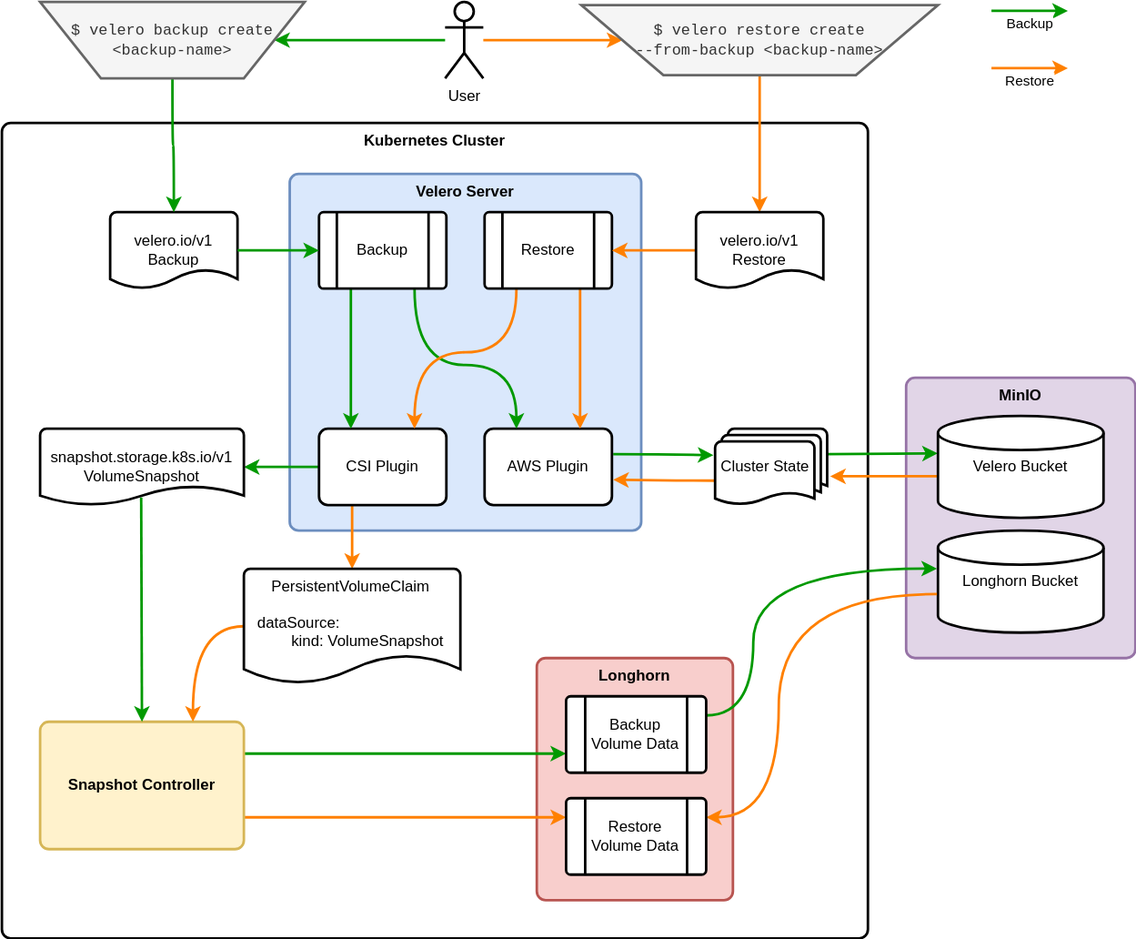
Before: figures/Velero Longhorn Backups.drawio.svg, a diagram exported from draw.io (cloudogu/velero-longhorn-demo). Source tidied: cells renumbered, new cells last; positions are measured from the earlier drawing's top-left corner, leaving out a move shared by most shapes.
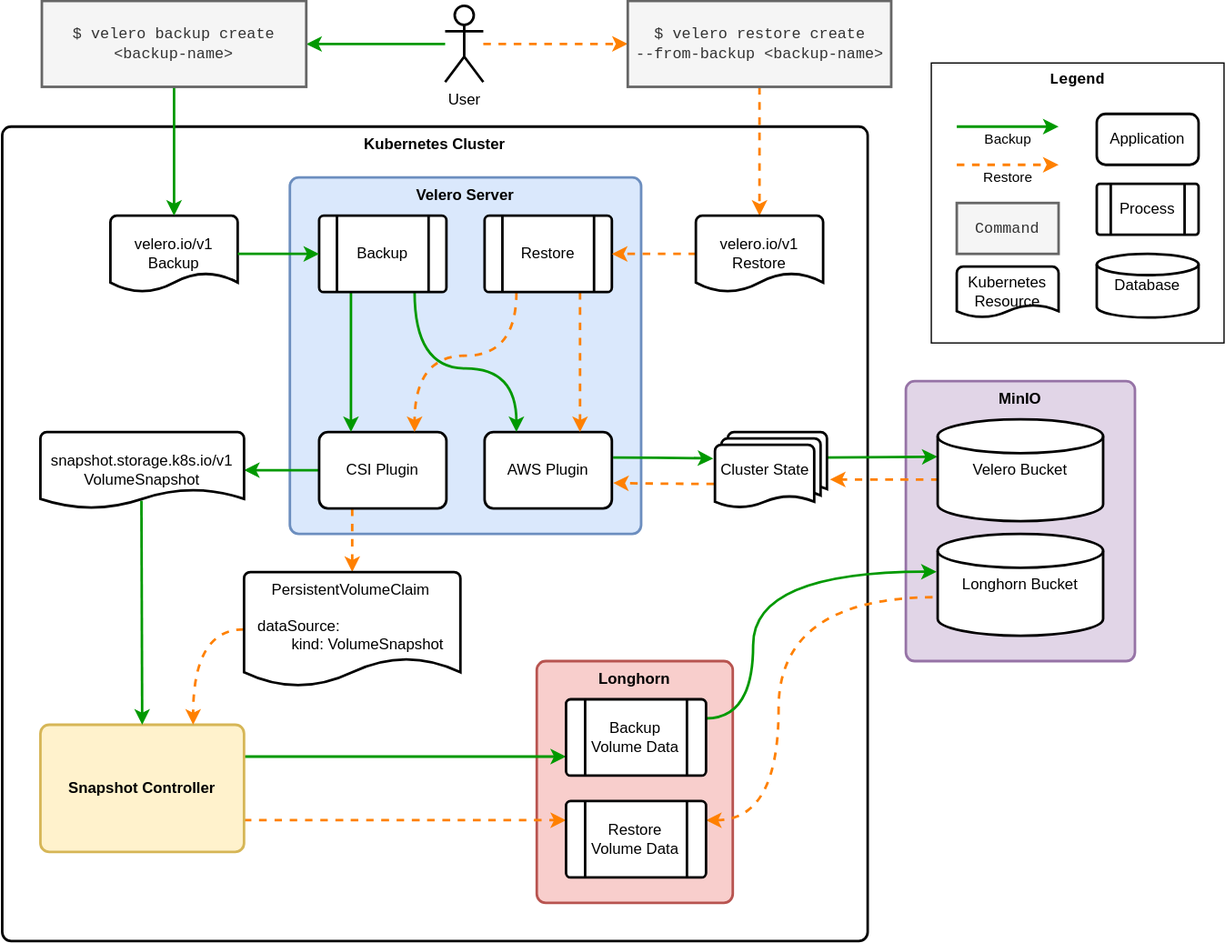
Above is the later version.

Commit message:
Fine-tuning

- Korrekturen
- Aktive Formulierungen
- Fazit

What changed in the source:
```diff
@@ -2,6 +2,9 @@
   <root>
     <mxCell id="0" />
     <mxCell id="1" parent="0" />
+    <mxCell id="47" value="&lt;b&gt;Legend&lt;/b&gt;" style="rounded=0;whiteSpace=wrap;html=1;fontFamily=Courier New;labelPosition=center;verticalLabelPosition=middle;align=center;verticalAlign=top;" parent="1" vertex="1">
+      <mxGeometry x="730" y="45" width="230" height="220" as="geometry" />
+    </mxCell>
     <mxCell id="2" value="&lt;b&gt;Kubernetes Cluster&lt;/b&gt;" style="rounded=1;whiteSpace=wrap;html=1;absoluteArcSize=1;arcSize=14;strokeWidth=2;verticalAlign=top;fillStyle=solid;fillColor=#FFFFFF;" parent="1" vertex="1">
       <mxGeometry y="95" width="680" height="640" as="geometry" />
     </mxCell>
@@ -14,10 +17,10 @@
     <mxCell id="5" value="Longhorn Bucket" style="strokeWidth=2;html=1;shape=mxgraph.flowchart.database;whiteSpace=wrap;fillStyle=solid;fillColor=#FFFFFF;" parent="1" vertex="1">
       <mxGeometry x="735" y="415" width="130" height="80" as="geometry" />
     </mxCell>
-    <mxCell id="6" style="edgeStyle=orthogonalEdgeStyle;curved=1;rounded=0;jettySize=auto;html=1;entryX=1;entryY=0.5;entryDx=0;entryDy=0;strokeWidth=2;strokeColor=#009900;" parent="1" edge="1" source="8" target="10">
+    <mxCell id="6" style="edgeStyle=orthogonalEdgeStyle;curved=1;rounded=0;jettySize=auto;html=1;strokeWidth=2;strokeColor=#009900;" parent="1" edge="1" source="8" target="10">
       <mxGeometry relative="1" as="geometry" />
     </mxCell>
-    <mxCell id="7" style="edgeStyle=orthogonalEdgeStyle;curved=1;rounded=0;jettySize=auto;html=1;entryX=0;entryY=0.5;entryDx=0;entryDy=0;strokeWidth=2;strokeColor=#FF8000;" parent="1" edge="1" source="8" target="31">
+    <mxCell id="7" style="edgeStyle=orthogonalEdgeStyle;curved=1;rounded=0;jettySize=auto;html=1;entryX=0;entryY=0.5;entryDx=0;entryDy=0;strokeWidth=2;strokeColor=#FF8000;dashed=1;" parent="1" edge="1" source="8" target="31">
       <mxGeometry relative="1" as="geometry" />
     </mxCell>
     <mxCell id="8" value="User" style="shape=umlActor;verticalLabelPosition=bottom;verticalAlign=top;html=1;outlineConnect=0;strokeWidth=2;" parent="1" vertex="1">
@@ -26,9 +29,6 @@
     <mxCell id="9" style="edgeStyle=orthogonalEdgeStyle;curved=1;rounded=0;jettySize=auto;html=1;strokeWidth=2;strokeColor=#009900;" parent="1" edge="1" source="10" target="4">
       <mxGeometry relative="1" as="geometry" />
     </mxCell>
-    <mxCell id="10" value="&lt;font face=&quot;Courier New&quot;&gt;$ velero backup create &amp;lt;backup-name&amp;gt;&lt;/font&gt;" style="verticalLabelPosition=middle;verticalAlign=middle;html=1;shape=trapezoid;perimeter=trapezoidPerimeter;whiteSpace=wrap;size=0.23;arcSize=10;flipV=1;labelPosition=center;align=center;strokeWidth=2;fillColor=#f5f5f5;fontColor=#333333;strokeColor=#666666;" parent="1" vertex="1">
-      <mxGeometry x="30" width="207.8" height="60" as="geometry" />
-    </mxCell>
     <mxCell id="11" value="&lt;b&gt;Velero Server&lt;/b&gt;" style="rounded=1;whiteSpace=wrap;html=1;absoluteArcSize=1;arcSize=14;strokeWidth=2;spacing=2;spacingTop=0;labelPosition=center;verticalLabelPosition=middle;align=center;verticalAlign=top;spacingLeft=0;fillColor=#dae8fc;strokeColor=#6c8ebf;" parent="1" vertex="1">
       <mxGeometry x="226" y="135" width="276" height="280" as="geometry" />
     </mxCell>
@@ -38,7 +38,7 @@
     <mxCell id="13" style="edgeStyle=orthogonalEdgeStyle;curved=1;rounded=0;jettySize=auto;html=1;strokeWidth=2;strokeColor=#009900;" parent="1" edge="1" source="15" target="38">
       <mxGeometry relative="1" as="geometry" />
     </mxCell>
-    <mxCell id="14" style="edgeStyle=elbowEdgeStyle;rounded=0;jettySize=auto;elbow=vertical;html=1;strokeWidth=2;entryX=0.5;entryY=0;entryDx=0;entryDy=0;entryPerimeter=0;strokeColor=#FF8000;" parent="1" edge="1" target="42">
+    <mxCell id="14" style="edgeStyle=elbowEdgeStyle;rounded=0;jettySize=auto;elbow=vertical;html=1;strokeWidth=2;entryX=0.5;entryY=0;entryDx=0;entryDy=0;entryPerimeter=0;strokeColor=#FF8000;dashed=1;" parent="1" edge="1" target="42">
       <mxGeometry relative="1" as="geometry">
         <mxPoint x="275" y="395" as="sourcePoint" />
       </mxGeometry>
@@ -68,10 +68,10 @@
     <mxCell id="20" value="Backup" style="verticalLabelPosition=middle;verticalAlign=middle;html=1;shape=process;whiteSpace=wrap;rounded=1;size=0.14;arcSize=6;strokeWidth=2;gradientColor=none;labelPosition=center;align=center;fillStyle=solid;fillColor=#FFFFFF;" parent="1" vertex="1">
       <mxGeometry x="249" y="165" width="100" height="60" as="geometry" />
     </mxCell>
-    <mxCell id="21" style="edgeStyle=orthogonalEdgeStyle;curved=1;rounded=0;jettySize=auto;html=1;exitX=0.75;exitY=1;exitDx=0;exitDy=0;entryX=0.75;entryY=0;entryDx=0;entryDy=0;strokeWidth=2;strokeColor=#FF8000;" parent="1" edge="1" source="23" target="17">
+    <mxCell id="21" style="edgeStyle=orthogonalEdgeStyle;curved=1;rounded=0;jettySize=auto;html=1;exitX=0.75;exitY=1;exitDx=0;exitDy=0;entryX=0.75;entryY=0;entryDx=0;entryDy=0;strokeWidth=2;strokeColor=#FF8000;dashed=1;" parent="1" edge="1" source="23" target="17">
       <mxGeometry relative="1" as="geometry" />
     </mxCell>
-    <mxCell id="22" style="edgeStyle=orthogonalEdgeStyle;curved=1;rounded=0;jettySize=auto;html=1;exitX=0.25;exitY=1;exitDx=0;exitDy=0;entryX=0.75;entryY=0;entryDx=0;entryDy=0;strokeWidth=2;strokeColor=#FF8000;" parent="1" edge="1" source="23" target="15">
+    <mxCell id="22" style="edgeStyle=orthogonalEdgeStyle;curved=1;rounded=0;jettySize=auto;html=1;exitX=0.25;exitY=1;exitDx=0;exitDy=0;entryX=0.75;entryY=0;entryDx=0;entryDy=0;strokeWidth=2;strokeColor=#FF8000;dashed=1;" parent="1" edge="1" source="23" target="15">
       <mxGeometry relative="1" as="geometry">
         <Array as="points">
           <mxPoint x="404" y="275" />
@@ -82,7 +82,7 @@
     <mxCell id="23" value="Restore" style="verticalLabelPosition=middle;verticalAlign=middle;html=1;shape=process;whiteSpace=wrap;rounded=1;size=0.14;arcSize=6;strokeWidth=2;gradientColor=none;labelPosition=center;align=center;fillStyle=solid;fillColor=#FFFFFF;" parent="1" vertex="1">
       <mxGeometry x="379" y="165" width="100" height="60" as="geometry" />
     </mxCell>
-    <mxCell id="24" style="edgeStyle=orthogonalEdgeStyle;curved=1;rounded=0;jettySize=auto;html=1;strokeWidth=2;exitX=-0.007;exitY=0.679;exitDx=0;exitDy=0;exitPerimeter=0;strokeColor=#FF8000;" parent="1" edge="1" source="26">
+    <mxCell id="24" style="edgeStyle=orthogonalEdgeStyle;curved=1;rounded=0;jettySize=auto;html=1;strokeWidth=2;exitX=-0.007;exitY=0.679;exitDx=0;exitDy=0;exitPerimeter=0;strokeColor=#FF8000;dashed=1;" parent="1" edge="1" source="26">
       <mxGeometry relative="1" as="geometry">
         <mxPoint x="480" y="375" as="targetPoint" />
       </mxGeometry>
@@ -95,7 +95,7 @@
     <mxCell id="26" value="Cluster State" style="strokeWidth=2;html=1;shape=mxgraph.flowchart.multi-document;whiteSpace=wrap;gradientColor=none;align=center;spacingRight=9;fillStyle=solid;fillColor=#FFFFFF;" parent="1" vertex="1">
       <mxGeometry x="560" y="335" width="88" height="60" as="geometry" />
     </mxCell>
-    <mxCell id="27" style="edgeStyle=orthogonalEdgeStyle;curved=1;rounded=0;jettySize=auto;html=1;exitX=0.005;exitY=0.591;exitDx=0;exitDy=0;exitPerimeter=0;entryX=1.027;entryY=0.622;entryDx=0;entryDy=0;entryPerimeter=0;strokeWidth=2;strokeColor=#FF8000;" parent="1" edge="1" source="28" target="26">
+    <mxCell id="27" style="edgeStyle=orthogonalEdgeStyle;curved=1;rounded=0;jettySize=auto;html=1;exitX=0.005;exitY=0.591;exitDx=0;exitDy=0;exitPerimeter=0;entryX=1.027;entryY=0.622;entryDx=0;entryDy=0;entryPerimeter=0;strokeWidth=2;strokeColor=#FF8000;dashed=1;" parent="1" edge="1" source="28" target="26">
       <mxGeometry relative="1" as="geometry" />
     </mxCell>
     <mxCell id="28" value="Velero Bucket" style="strokeWidth=2;html=1;shape=mxgraph.flowchart.database;whiteSpace=wrap;fillStyle=solid;fillColor=#FFFFFF;" parent="1" vertex="1">
@@ -104,13 +104,10 @@
     <mxCell id="29" style="edgeStyle=orthogonalEdgeStyle;curved=1;rounded=0;jettySize=auto;html=1;entryX=0;entryY=0.5;entryDx=0;entryDy=0;strokeWidth=2;strokeColor=#009900;" parent="1" edge="1" source="4" target="20">
       <mxGeometry relative="1" as="geometry" />
     </mxCell>
-    <mxCell id="30" style="edgeStyle=orthogonalEdgeStyle;curved=1;rounded=0;jettySize=auto;html=1;strokeWidth=2;strokeColor=#FF8000;" parent="1" edge="1" source="31" target="33">
+    <mxCell id="30" style="edgeStyle=orthogonalEdgeStyle;curved=1;rounded=0;jettySize=auto;html=1;strokeWidth=2;strokeColor=#FF8000;exitX=0.5;exitY=1;exitDx=0;exitDy=0;dashed=1;" parent="1" edge="1" source="31" target="33">
       <mxGeometry relative="1" as="geometry" />
     </mxCell>
-    <mxCell id="31" value="&lt;div&gt;&lt;font face=&quot;Courier New&quot;&gt;$ velero restore create&lt;/font&gt;&lt;/div&gt;&lt;div&gt;&lt;font face=&quot;Courier New&quot;&gt;--from-backup &amp;lt;backup-name&amp;gt;&lt;/font&gt;&lt;/div&gt;" style="verticalLabelPosition=middle;verticalAlign=middle;html=1;shape=trapezoid;perimeter=trapezoidPerimeter;whiteSpace=wrap;size=0.23;arcSize=10;flipV=1;labelPosition=center;align=center;strokeWidth=2;fillColor=#f5f5f5;fontColor=#333333;strokeColor=#666666;" parent="1" vertex="1">
-      <mxGeometry x="455" y="2.5" width="280" height="55" as="geometry" />
-    </mxCell>
-    <mxCell id="32" style="edgeStyle=orthogonalEdgeStyle;curved=1;rounded=0;jettySize=auto;html=1;exitX=0;exitY=0.5;exitDx=0;exitDy=0;exitPerimeter=0;entryX=1;entryY=0.5;entryDx=0;entryDy=0;strokeWidth=2;strokeColor=#FF8000;" parent="1" edge="1" source="33" target="23">
+    <mxCell id="32" style="edgeStyle=orthogonalEdgeStyle;curved=1;rounded=0;jettySize=auto;html=1;exitX=0;exitY=0.5;exitDx=0;exitDy=0;exitPerimeter=0;entryX=1;entryY=0.5;entryDx=0;entryDy=0;strokeWidth=2;strokeColor=#FF8000;dashed=1;" parent="1" edge="1" source="33" target="23">
       <mxGeometry relative="1" as="geometry" />
     </mxCell>
     <mxCell id="33" value="&lt;div&gt;velero.io/v1&lt;/div&gt;&lt;div&gt;Restore&lt;/div&gt;" style="strokeWidth=2;html=1;shape=mxgraph.flowchart.document2;whiteSpace=wrap;size=0.25;fillStyle=solid;fillColor=#FFFFFF;" parent="1" vertex="1">
@@ -119,7 +116,7 @@
     <mxCell id="34" style="edgeStyle=orthogonalEdgeStyle;curved=1;rounded=0;jettySize=auto;html=1;exitX=1;exitY=0.25;exitDx=0;exitDy=0;entryX=0;entryY=0.75;entryDx=0;entryDy=0;strokeWidth=2;startArrow=none;startFill=0;endArrow=classic;endFill=1;elbow=vertical;strokeColor=#009900;" parent="1" edge="1" source="36" target="40">
       <mxGeometry relative="1" as="geometry" />
     </mxCell>
-    <mxCell id="35" style="edgeStyle=orthogonalEdgeStyle;curved=1;rounded=0;jettySize=auto;html=1;exitX=1;exitY=0.75;exitDx=0;exitDy=0;entryX=0;entryY=0.25;entryDx=0;entryDy=0;strokeWidth=2;startArrow=none;startFill=0;endArrow=classic;endFill=1;elbow=vertical;strokeColor=#FF8000;" parent="1" edge="1" source="36" target="44">
+    <mxCell id="35" style="edgeStyle=orthogonalEdgeStyle;curved=1;rounded=0;jettySize=auto;html=1;exitX=1;exitY=0.75;exitDx=0;exitDy=0;entryX=0;entryY=0.25;entryDx=0;entryDy=0;strokeWidth=2;startArrow=none;startFill=0;endArrow=classic;endFill=1;elbow=vertical;strokeColor=#FF8000;dashed=1;" parent="1" edge="1" source="36" target="44">
       <mxGeometry relative="1" as="geometry" />
     </mxCell>
     <mxCell id="36" value="&lt;b&gt;Snapshot Controller&lt;/b&gt;" style="rounded=1;whiteSpace=wrap;html=1;absoluteArcSize=1;arcSize=14;strokeWidth=2;fillColor=#fff2cc;strokeColor=#d6b656;" parent="1" vertex="1">
@@ -142,13 +139,13 @@
     <mxCell id="40" value="Backup Volume Data" style="verticalLabelPosition=middle;verticalAlign=middle;html=1;shape=process;whiteSpace=wrap;rounded=1;size=0.14;arcSize=6;strokeWidth=2;gradientColor=none;labelPosition=center;align=center;fillStyle=solid;fillColor=#FFFFFF;" parent="1" vertex="1">
       <mxGeometry x="443" y="545" width="110" height="60" as="geometry" />
     </mxCell>
-    <mxCell id="41" style="edgeStyle=orthogonalEdgeStyle;curved=1;rounded=0;jettySize=auto;html=1;entryX=0.75;entryY=0;entryDx=0;entryDy=0;strokeWidth=2;startArrow=none;startFill=0;endArrow=classic;endFill=1;elbow=vertical;exitX=0;exitY=0.5;exitDx=0;exitDy=0;exitPerimeter=0;strokeColor=#FF8000;" parent="1" edge="1" source="42" target="36">
+    <mxCell id="41" style="edgeStyle=orthogonalEdgeStyle;curved=1;rounded=0;jettySize=auto;html=1;entryX=0.75;entryY=0;entryDx=0;entryDy=0;strokeWidth=2;startArrow=none;startFill=0;endArrow=classic;endFill=1;elbow=vertical;exitX=0;exitY=0.5;exitDx=0;exitDy=0;exitPerimeter=0;strokeColor=#FF8000;dashed=1;" parent="1" edge="1" source="42" target="36">
       <mxGeometry relative="1" as="geometry" />
     </mxCell>
     <mxCell id="42" value="&lt;div align=&quot;center&quot;&gt;PersistentVolumeClaim&lt;/div&gt;&lt;div&gt;&lt;br&gt;&lt;/div&gt;&lt;div&gt;dataSource:&lt;/div&gt;&lt;div&gt;&lt;span style=&quot;white-space: pre;&quot;&gt;&#9;&lt;/span&gt;kind: VolumeSnapshot&lt;/div&gt;" style="strokeWidth=2;html=1;shape=mxgraph.flowchart.document2;whiteSpace=wrap;size=0.25;align=left;verticalAlign=top;spacingLeft=9;fillStyle=solid;fillColor=#FFFFFF;" parent="1" vertex="1">
       <mxGeometry x="190" y="445" width="170" height="90" as="geometry" />
     </mxCell>
-    <mxCell id="43" style="edgeStyle=orthogonalEdgeStyle;curved=1;rounded=0;jettySize=auto;html=1;entryX=-0.006;entryY=0.622;entryDx=0;entryDy=0;entryPerimeter=0;strokeWidth=2;elbow=vertical;startArrow=classic;startFill=1;endArrow=none;endFill=0;exitX=1;exitY=0.25;exitDx=0;exitDy=0;strokeColor=#FF8000;" parent="1" edge="1" source="44" target="5">
+    <mxCell id="43" style="edgeStyle=orthogonalEdgeStyle;curved=1;rounded=0;jettySize=auto;html=1;entryX=-0.006;entryY=0.622;entryDx=0;entryDy=0;entryPerimeter=0;strokeWidth=2;elbow=vertical;startArrow=classic;startFill=1;endArrow=none;endFill=0;exitX=1;exitY=0.25;exitDx=0;exitDy=0;strokeColor=#FF8000;dashed=1;" parent="1" edge="1" source="44" target="5">
       <mxGeometry relative="1" as="geometry">
         <Array as="points">
           <mxPoint x="610" y="640" />
@@ -159,17 +156,38 @@
     <mxCell id="44" value="Restore Volume Data" style="verticalLabelPosition=middle;verticalAlign=middle;html=1;shape=process;whiteSpace=wrap;rounded=1;size=0.14;arcSize=6;strokeWidth=2;gradientColor=none;labelPosition=center;align=center;fillStyle=solid;fillColor=#FFFFFF;" parent="1" vertex="1">
       <mxGeometry x="443" y="625" width="110" height="60" as="geometry" />
     </mxCell>
-    <mxCell id="45" value="&lt;div&gt;Restore&lt;/div&gt;" style="endArrow=classic;html=1;rounded=0;strokeColor=#FF8000;strokeWidth=2;" parent="1" edge="1">
+    <mxCell id="45" value="&lt;div&gt;Restore&lt;/div&gt;" style="endArrow=classic;html=1;rounded=0;strokeColor=#FF8000;strokeWidth=2;dashed=1;" parent="1" edge="1">
       <mxGeometry y="-10" relative="1" as="geometry">
-        <mxPoint x="777" y="52" as="sourcePoint" />
-        <mxPoint x="837" y="52" as="targetPoint" />
+        <mxPoint x="750" y="125" as="sourcePoint" />
+        <mxPoint x="830" y="125" as="targetPoint" />
       </mxGeometry>
     </mxCell>
     <mxCell id="46" value="Backup" style="endArrow=classic;html=1;rounded=0;strokeColor=#009900;strokeWidth=2;" parent="1" edge="1">
       <mxGeometry y="-10" relative="1" as="geometry">
-        <mxPoint x="777" y="7" as="sourcePoint" />
-        <mxPoint x="837" y="7" as="targetPoint" />
+        <mxPoint x="750" y="95" as="sourcePoint" />
+        <mxPoint x="830" y="95" as="targetPoint" />
       </mxGeometry>
     </mxCell>
+    <mxCell id="10" value="&lt;font face=&quot;Courier New&quot;&gt;$ velero backup create &amp;lt;backup-name&amp;gt;&lt;/font&gt;" style="verticalLabelPosition=middle;verticalAlign=middle;html=1;shape=rectangle;whiteSpace=wrap;size=0.23;arcSize=10;flipV=1;labelPosition=center;align=center;strokeWidth=2;fillColor=#f5f5f5;fontColor=#333333;strokeColor=#666666;" parent="1" vertex="1">
+      <mxGeometry x="31.1" y="-3.8" width="207.8" height="67.5" as="geometry" />
+    </mxCell>
+    <mxCell id="31" value="&lt;div&gt;&lt;font face=&quot;Courier New&quot;&gt;$ velero restore create&lt;/font&gt;&lt;/div&gt;&lt;div&gt;&lt;font face=&quot;Courier New&quot;&gt;--from-backup &amp;lt;backup-name&amp;gt;&lt;/font&gt;&lt;/div&gt;" style="verticalLabelPosition=middle;verticalAlign=middle;html=1;shape=rectangle;whiteSpace=wrap;size=0.23;arcSize=10;flipV=1;labelPosition=center;align=center;strokeWidth=2;fillColor=#f5f5f5;fontColor=#333333;strokeColor=#666666;" parent="1" vertex="1">
+      <mxGeometry x="491.5" y="-3.8" width="207" height="67.5" as="geometry" />
+    </mxCell>
+    <mxCell id="48" value="Kubernetes Resource" style="strokeWidth=2;html=1;shape=mxgraph.flowchart.document2;whiteSpace=wrap;size=0.25;" parent="1" vertex="1">
+      <mxGeometry x="750" y="205" width="80" height="40" as="geometry" />
+    </mxCell>
+    <mxCell id="49" value="&lt;font face=&quot;Courier New&quot;&gt;Command&lt;/font&gt;" style="verticalLabelPosition=middle;verticalAlign=middle;html=1;shape=rectangle;whiteSpace=wrap;size=0.23;arcSize=10;flipV=1;labelPosition=center;align=center;strokeWidth=2;fillColor=#f5f5f5;fontColor=#333333;strokeColor=#666666;" parent="1" vertex="1">
+      <mxGeometry x="750" y="155" width="80" height="40" as="geometry" />
+    </mxCell>
+    <mxCell id="50" value="Process" style="verticalLabelPosition=middle;verticalAlign=middle;html=1;shape=process;whiteSpace=wrap;rounded=1;size=0.14;arcSize=6;strokeWidth=2;gradientColor=none;labelPosition=center;align=center;fillStyle=solid;fillColor=#FFFFFF;" parent="1" vertex="1">
+      <mxGeometry x="860" y="140" width="80" height="40" as="geometry" />
+    </mxCell>
+    <mxCell id="51" value="Application" style="rounded=1;whiteSpace=wrap;html=1;absoluteArcSize=1;arcSize=14;strokeWidth=2;gradientColor=none;fillStyle=solid;fillColor=#FFFFFF;" parent="1" vertex="1">
+      <mxGeometry x="860" y="85" width="80" height="40" as="geometry" />
+    </mxCell>
+    <mxCell id="52" value="Database" style="strokeWidth=2;html=1;shape=mxgraph.flowchart.database;whiteSpace=wrap;fillStyle=solid;fillColor=#FFFFFF;" parent="1" vertex="1">
+      <mxGeometry x="860" y="195" width="80" height="50" as="geometry" />
+    </mxCell>
   </root>
 </mxGraphModel>
```
